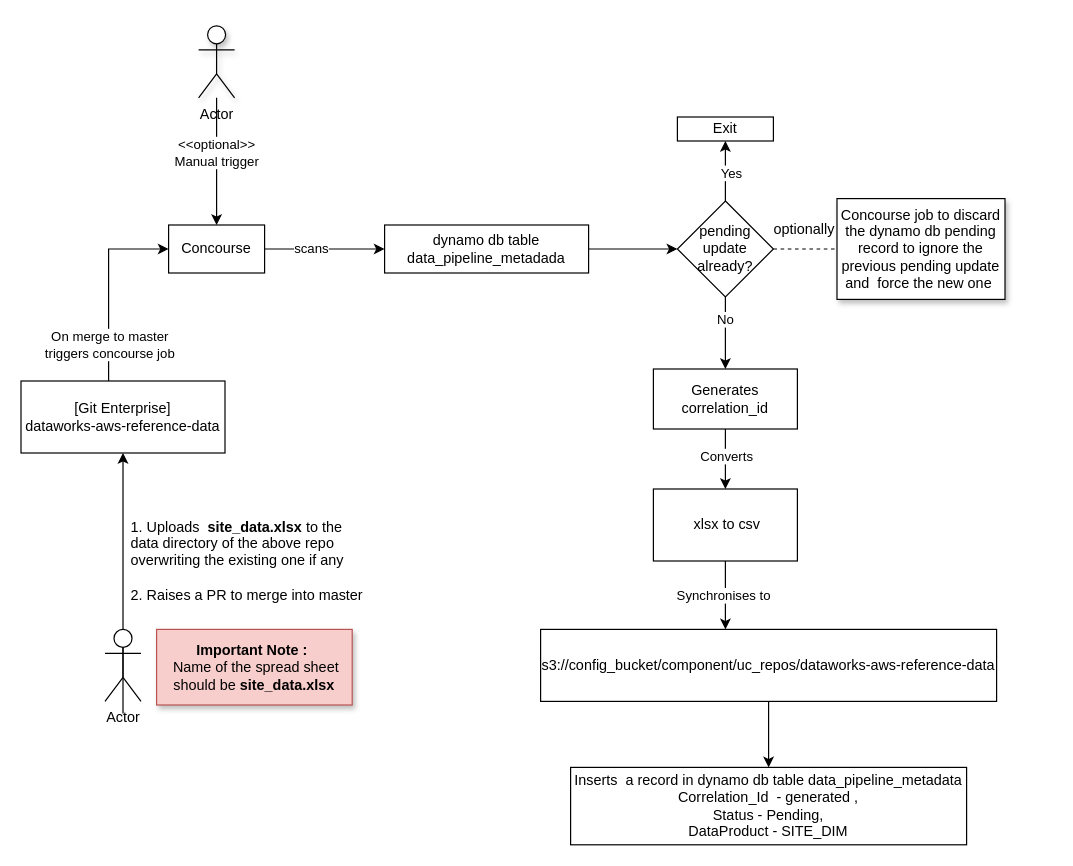
UdayChokkam/diagrams keeps this draw.io diagram as Untitled Diagram.drawio. Above is the earlier version. Source tidied: cells renumbered, new cells numbered last; positions are measured from the earlier drawing's top-left corner, leaving out a move shared by most shapes. Both pictures are drawn from the tidied source at 120%, with x=0, y=0 at pixel (20, 25).
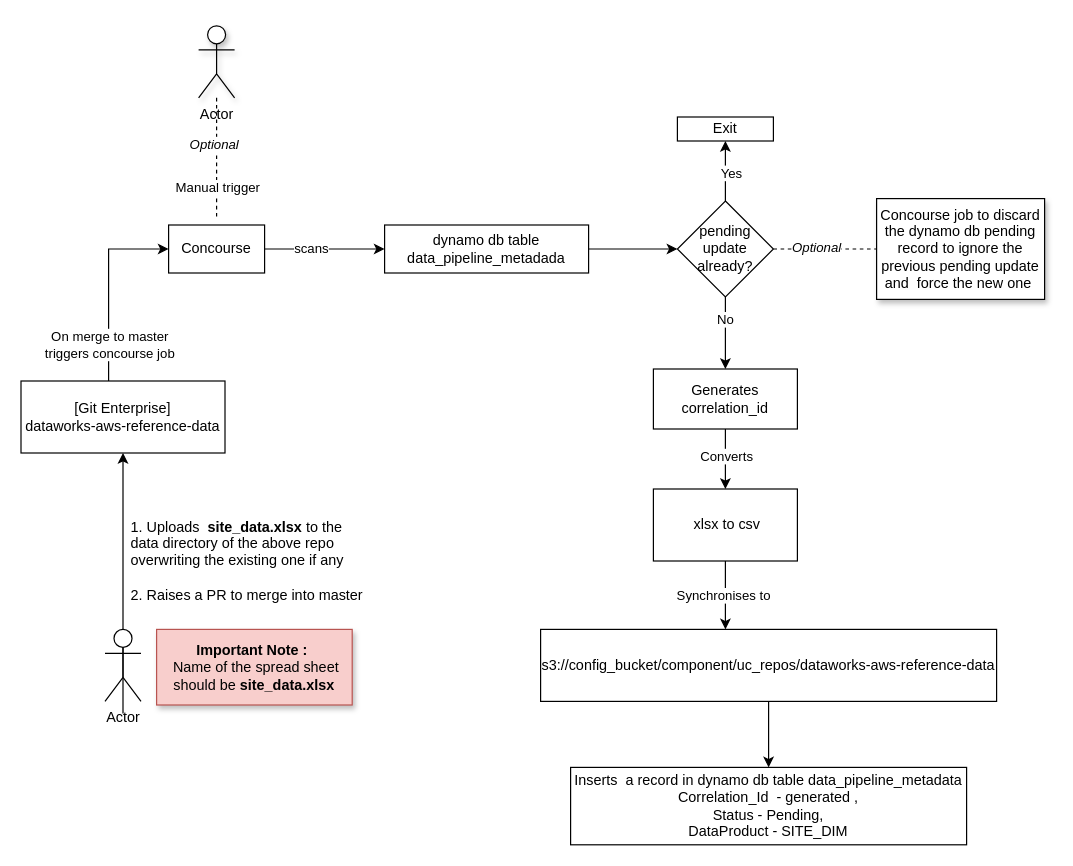
The same page after the edit.

Unchanged cells that the change refers to:
```xml
<mxCell id="15" value="pending&lt;br&gt;update already?" style="rhombus;whiteSpace=wrap;html=1;" parent="1" vertex="1">
  <mxGeometry x="547" y="146" width="80" height="80" as="geometry" />
</mxCell>
<mxCell id="18" value="Concourse" style="rounded=0;whiteSpace=wrap;html=1;" parent="1" vertex="1">
  <mxGeometry x="123" y="166" width="80" height="40" as="geometry" />
</mxCell>
<mxCell id="33" value="Actor" style="shape=umlActor;verticalLabelPosition=bottom;verticalAlign=top;html=1;outlineConnect=0;shadow=1;" parent="1" vertex="1">
  <mxGeometry x="148" width="30" height="60" as="geometry" />
</mxCell>
```

What changed in the source:
```diff
@@
-    <mxCell id="28" style="endArrow=none;dashed=1;html=1;exitX=1;exitY=0.5;exitDx=0;exitDy=0;" parent="1" edge="1" source="15">
-      <mxGeometry relative="1" as="geometry">
-        <mxPoint x="683" y="186" as="targetPoint" />
-      </mxGeometry>
+    <mxCell id="28" style="endArrow=none;dashed=1;html=1;exitX=1;exitY=0.5;exitDx=0;exitDy=0;entryX=0;entryY=0.5;entryDx=0;entryDy=0;" parent="1" edge="1" source="15" target="30">
+      <mxGeometry relative="1" as="geometry" />
     </mxCell>
-    <mxCell id="29" value="optionally" style="text;html=1;strokeColor=none;fillColor=none;align=center;verticalAlign=middle;whiteSpace=wrap;rounded=0;shadow=1;" parent="1" vertex="1">
-      <mxGeometry x="633" y="160" width="40" height="20" as="geometry" />
-    </mxCell>
+    <mxCell id="34" value="&lt;i&gt;Optional&lt;/i&gt;" style="edgeLabel;html=1;align=center;verticalAlign=middle;" parent="28" vertex="1">
+      <mxGeometry x="-0.18" y="2" relative="1" as="geometry" />
+    </mxCell>
     <mxCell id="30" value="Concourse job to discard the dynamo db pending record to ignore the previous pending update and &amp;nbsp;force the new one&amp;nbsp;" style="rounded=0;whiteSpace=wrap;html=1;shadow=1;" parent="1" vertex="1">
-      <mxGeometry x="680" y="144" width="140" height="84" as="geometry" />
+      <mxGeometry x="713" y="144" width="140" height="84" as="geometry" />
     </mxCell>
-    <mxCell id="31" style="edgeStyle=orthogonalEdgeStyle;rounded=0;jettySize=auto;html=1;" parent="1" edge="1" source="33" target="18">
-      <mxGeometry relative="1" as="geometry" />
-    </mxCell>
-    <mxCell id="32" value="&amp;lt;&amp;lt;optional&amp;gt;&amp;gt;&lt;br&gt;Manual trigger" style="edgeLabel;html=1;align=center;verticalAlign=middle;" parent="31" vertex="1">
-      <mxGeometry x="-0.15" y="-1" relative="1" as="geometry" />
-    </mxCell>
@@
+    <mxCell id="35" style="endArrow=none;dashed=1;html=1;" parent="1" edge="1" source="33">
+      <mxGeometry relative="1" as="geometry">
+        <mxPoint x="163" y="160" as="targetPoint" />
+      </mxGeometry>
+    </mxCell>
+    <mxCell id="36" value="Manual trigger" style="edgeLabel;html=1;align=center;verticalAlign=middle;" parent="35" vertex="1">
+      <mxGeometry x="0.48" relative="1" as="geometry" />
+    </mxCell>
+    <mxCell id="37" value="&lt;i&gt;Optional&lt;/i&gt;" style="edgeLabel;html=1;align=center;verticalAlign=middle;" parent="35" vertex="1">
+      <mxGeometry x="-0.24" y="-3" relative="1" as="geometry" />
+    </mxCell>
```
